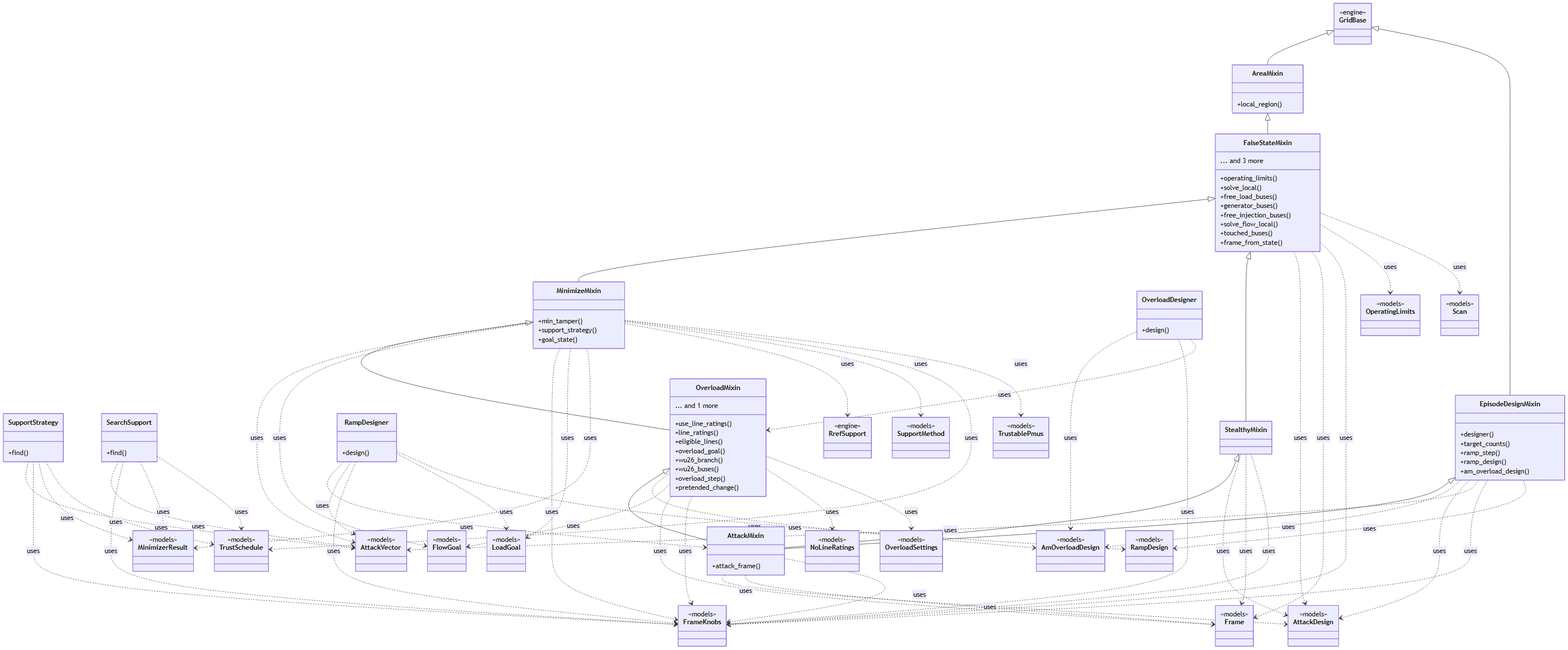
Above: docs/figures/diagrams/classes_attacks.png in myersben9/fdia-graph (Mermaid), before the change. Its source is kept beside it as docs/figures/diagrams/classes_attacks.mmd.
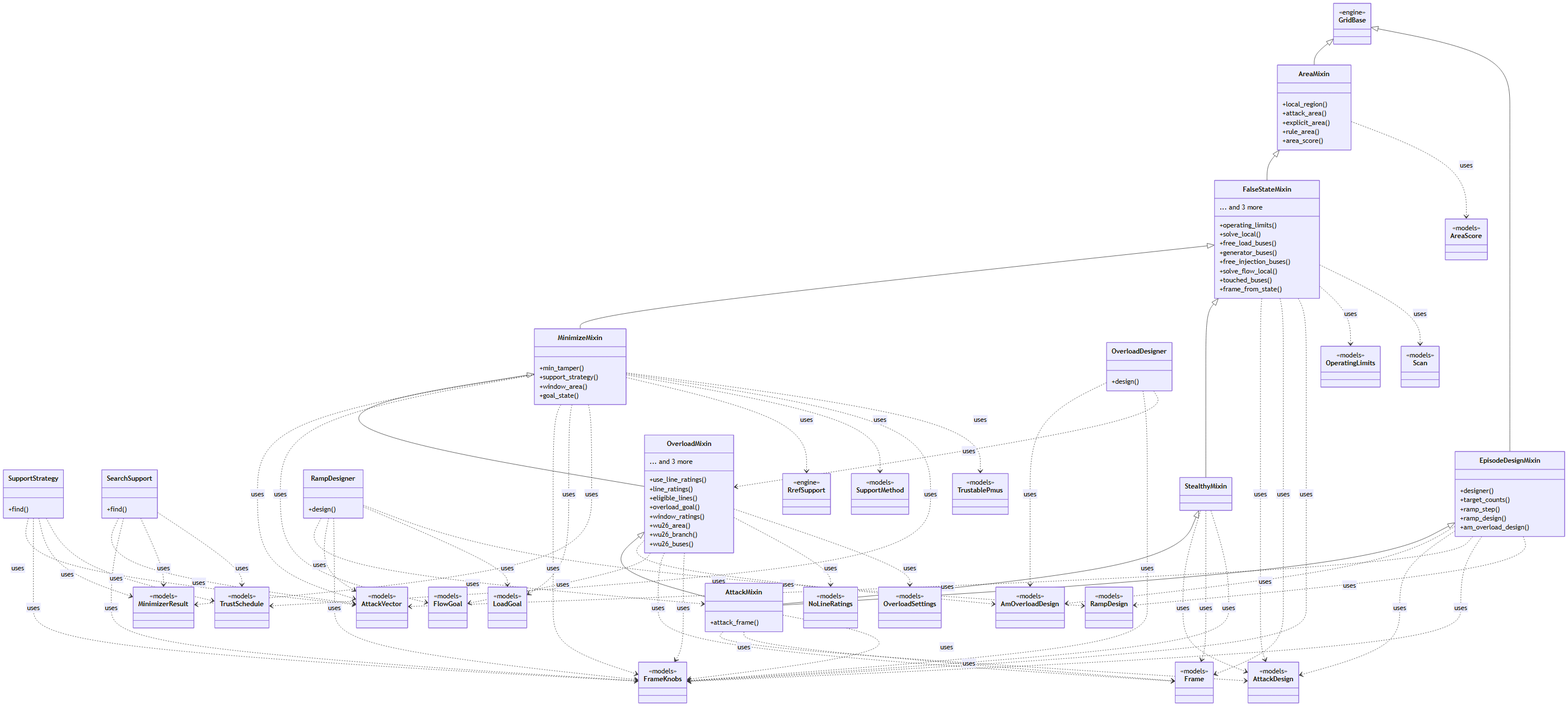
After the commit.

Change to the diagram source:
```diff
@@ -1,6 +1,10 @@
 classDiagram
     class AreaMixin {
         +local_region()
+        +attack_area()
+        +explicit_area()
+        +rule_area()
+        +area_score()
     }
     class FalseStateMixin {
         +operating_limits()
@@ -22,6 +26,7 @@
     class MinimizeMixin {
         +min_tamper()
         +support_strategy()
+        +window_area()
         +goal_state()
     }
     class OverloadMixin {
@@ -29,11 +34,11 @@
         +line_ratings()
         +eligible_lines()
         +overload_goal()
+        +window_ratings()
+        +wu26_area()
         +wu26_branch()
         +wu26_buses()
-        +overload_step()
-        +pretended_change()
-        ... and 1 more
+        ... and 3 more
     }
     class StealthyMixin {
     }
@@ -54,6 +59,9 @@
         +attack_frame()
     }
     class AmOverloadDesign {
+        <<models>>
+    }
+    class AreaScore {
         <<models>>
     }
     class AttackDesign {
@@ -116,6 +124,7 @@
     MinimizeMixin <|-- OverloadMixin
     OverloadMixin <|-- AttackMixin
     StealthyMixin <|-- AttackMixin
+    AreaMixin ..> AreaScore : uses
     AttackMixin ..> AttackDesign : uses
     AttackMixin ..> Frame : uses
     AttackMixin ..> FrameKnobs : uses
```
